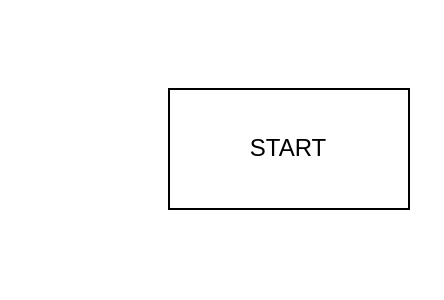
This is resources/one_state.drawio from jonahfoley/FSM.io, a draw.io file, before an edit. Source tidied: cells renumbered, new cells numbered last; positions are measured from the earlier drawing's top-left corner, leaving out a move shared by most shapes. Both pictures are drawn from the tidied source at 200%, with x=0, y=0 at pixel (168, 88).
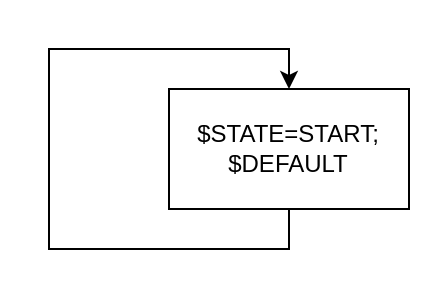
After the change.

Diff of the diagram source:
```diff
@@
 <mxGraphModel>
   <root>
     <mxCell id="0" />
     <mxCell id="1" parent="0" />
-    <mxCell id="2" value="START" style="rounded=0;whiteSpace=wrap;html=1;" parent="1" vertex="1">
+    <mxCell id="2" value="$STATE=START;&lt;br&gt;$DEFAULT" style="rounded=0;whiteSpace=wrap;html=1;" parent="1" vertex="1">
       <mxGeometry width="120" height="60" as="geometry" />
     </mxCell>
+    <mxCell id="3" style="edgeStyle=orthogonalEdgeStyle;rounded=0;orthogonalLoop=1;jettySize=auto;html=1;exitX=0.5;exitY=1;exitDx=0;exitDy=0;entryX=0.5;entryY=0;entryDx=0;entryDy=0;" parent="1" edge="1" source="2" target="2">
+      <mxGeometry relative="1" as="geometry">
+        <Array as="points">
+          <mxPoint x="60" y="80" />
+          <mxPoint x="-60" y="80" />
+          <mxPoint x="-60" y="-20" />
+          <mxPoint x="60" y="-20" />
+        </Array>
+      </mxGeometry>
+    </mxCell>
   </root>
 </mxGraphModel>
```
